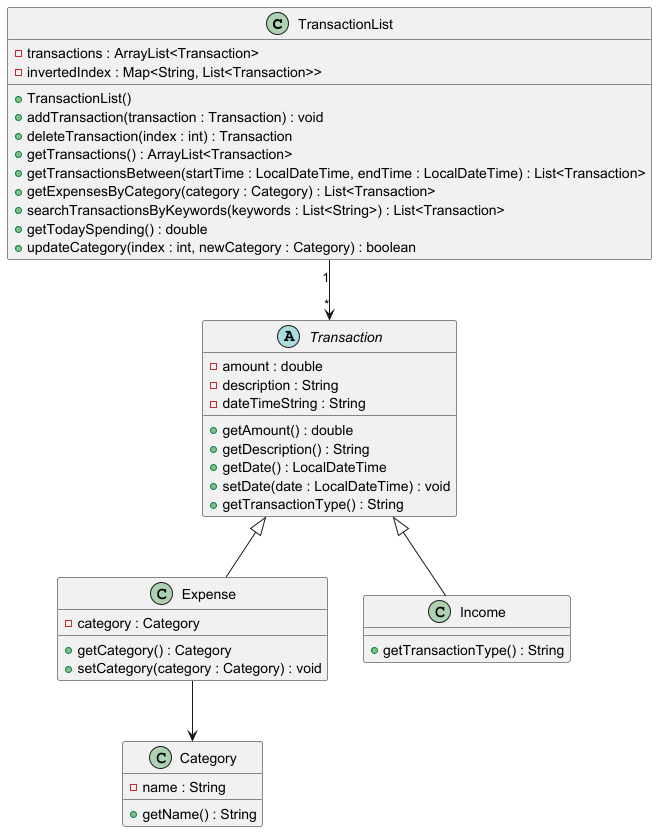
nus-cs2113-AY2425S1/tp keeps this PlantUML diagram as docs/diagrams/TransactionList/transactionlist-class-diagram.png. Above is the earlier version. The source it was exported from:
```plantuml
@startuml
class TransactionList {
    - transactions : ArrayList<Transaction>
    - invertedIndex : Map<String, List<Transaction>>

    + TransactionList()
    + addTransaction(transaction : Transaction) : void
    + deleteTransaction(index : int) : Transaction
    + getTransactions() : ArrayList<Transaction>
    + getTransactionsBetween(startTime : LocalDateTime, endTime : LocalDateTime) : List<Transaction>
    + getExpensesByCategory(category : Category) : List<Transaction>
    + searchTransactionsByKeywords(keywords : List<String>) : List<Transaction>
    + getTodaySpending() : double
    + updateCategory(index : int, newCategory : Category) : boolean
}

abstract class Transaction {
    - amount : double
    - description : String
    - dateTimeString : String

    + getAmount() : double
    + getDescription() : String
    + getDate() : LocalDateTime
    + setDate(date : LocalDateTime) : void
    + getTransactionType() : String
}

class Expense extends Transaction {
    - category : Category

    + getCategory() : Category
    + setCategory(category : Category) : void
}

class Income extends Transaction {
    + getTransactionType() : String
}

class Category {
    - name : String

    + getName() : String
}

TransactionList "1" --> "*" Transaction

Expense --> Category

@enduml
```
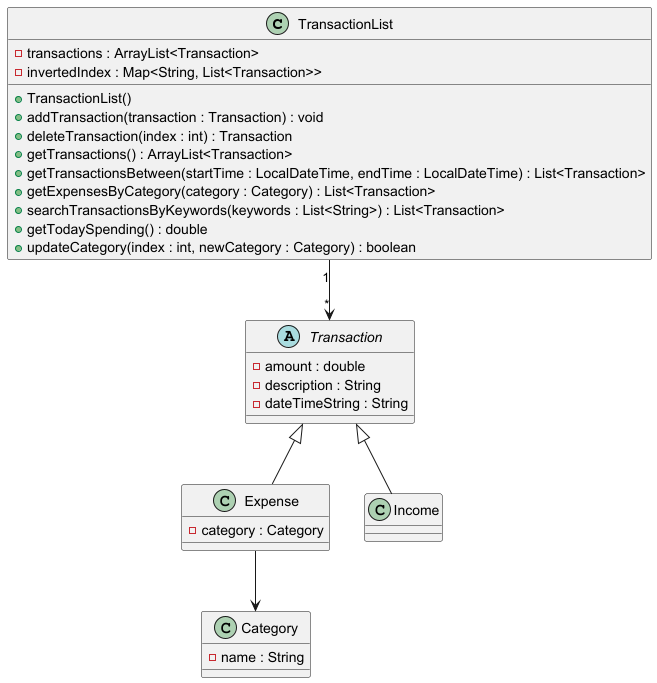
The same file after the commit.

Commit message:
Update DeveloperGuide for the part of TransactionList

Change to the diagram source:
```diff
@@ -19,28 +19,21 @@
     - description : String
     - dateTimeString : String
 
-    + getAmount() : double
-    + getDescription() : String
-    + getDate() : LocalDateTime
-    + setDate(date : LocalDateTime) : void
-    + getTransactionType() : String
+
 }
 
 class Expense extends Transaction {
     - category : Category
 
-    + getCategory() : Category
-    + setCategory(category : Category) : void
+
 }
 
 class Income extends Transaction {
-    + getTransactionType() : String
+
 }
 
 class Category {
     - name : String
-
-    + getName() : String
 }
 
 TransactionList "1" --> "*" Transaction
```
